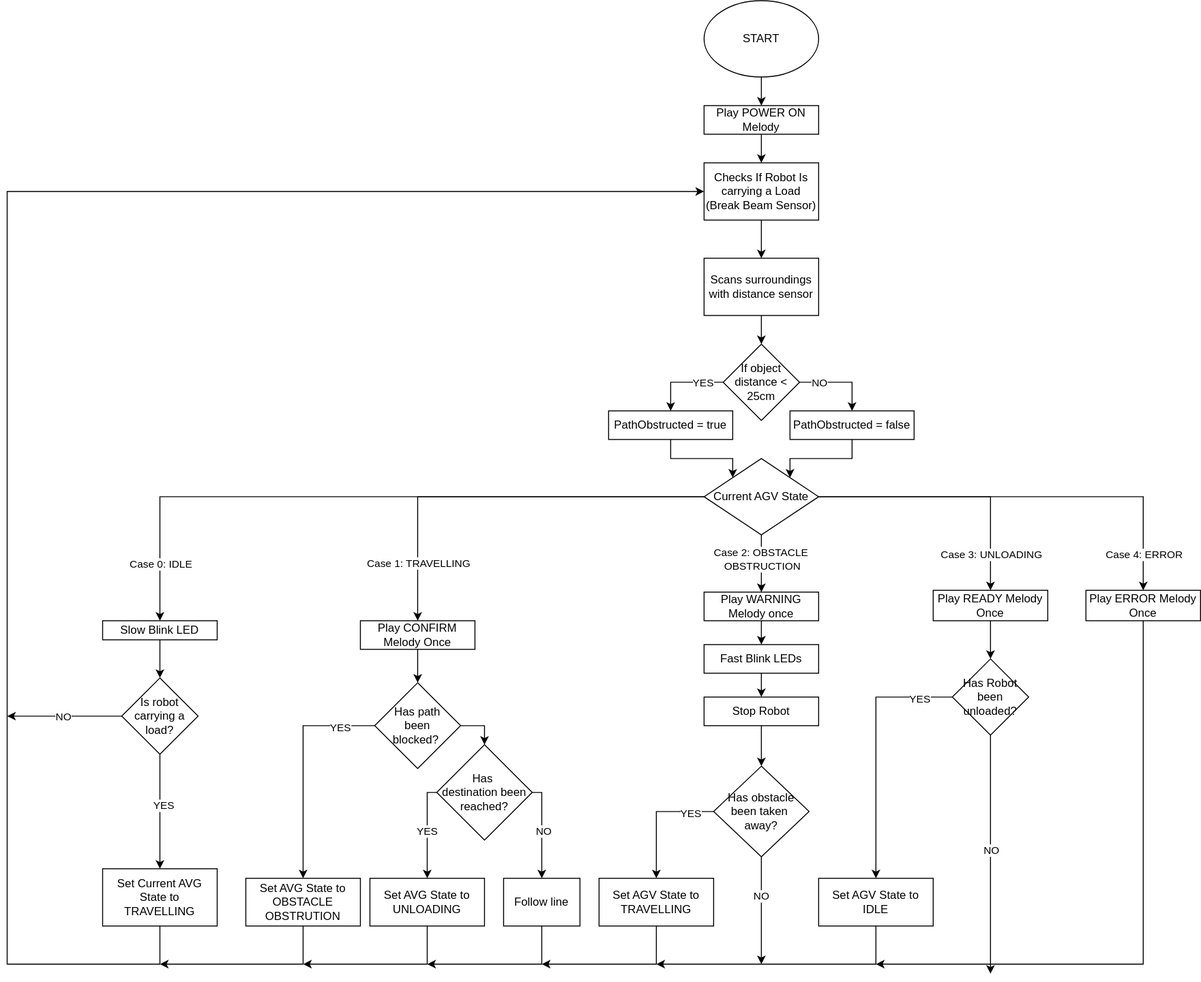
This is docs/AGV_flowchart.drawio.svg from ChidumamAmadi-Obi/Warehouse-AGV, a draw.io export, as it was before one commit. Source tidied: cells renumbered, new cells last; positions are measured from the earlier drawing's top-left corner, leaving out a move shared by most shapes.
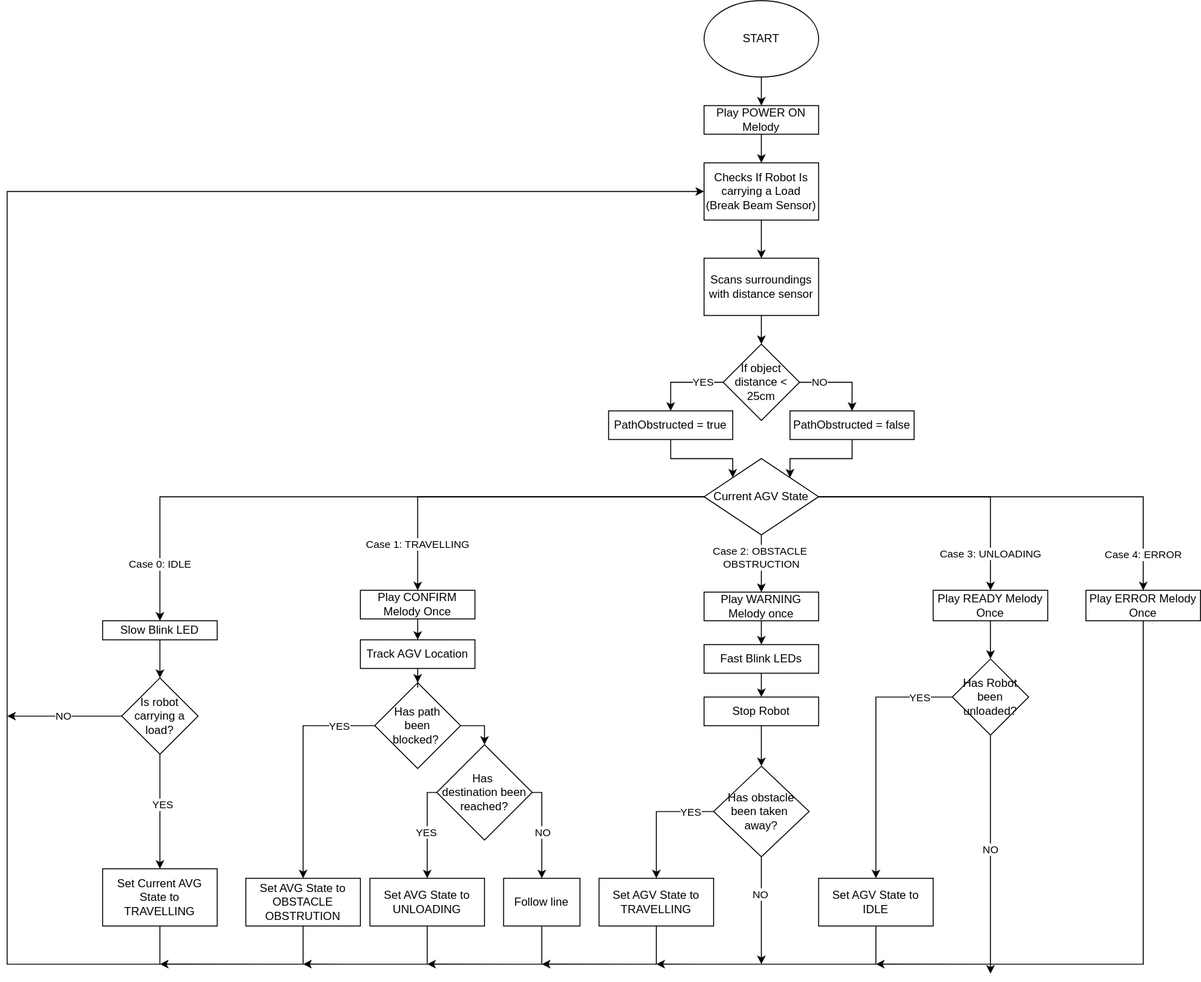
Above is the later version.

The edit, as a diff of the source:
```diff
@@ -80,7 +80,7 @@
     </mxCell>
     <mxCell id="22" value="Case 1: TRAVELLING" style="edgeLabel;html=1;align=center;verticalAlign=middle;" parent="21" vertex="1">
       <mxGeometry x="0.43" relative="1" as="geometry">
-        <mxPoint y="61" as="offset" />
+        <mxPoint x="-16" y="50" as="offset" />
       </mxGeometry>
     </mxCell>
     <mxCell id="23" style="edgeStyle=orthogonalEdgeStyle;rounded=0;jettySize=auto;html=1;entryX=0.5;entryY=0;entryDx=0;entryDy=0;" parent="1" edge="1" source="27" target="29">
@@ -137,11 +137,11 @@
     <mxCell id="36" value="Set Current AVG State to TRAVELLING" style="rounded=0;whiteSpace=wrap;html=1;" parent="1" vertex="1">
       <mxGeometry x="100" y="910" width="120" height="60" as="geometry" />
     </mxCell>
-    <mxCell id="37" style="edgeStyle=orthogonalEdgeStyle;rounded=0;jettySize=auto;html=1;entryX=0.5;entryY=0;entryDx=0;entryDy=0;" parent="1" edge="1" source="38" target="42">
-      <mxGeometry relative="1" as="geometry" />
-    </mxCell>
+    <mxCell id="80" style="edgeStyle=orthogonalEdgeStyle;rounded=0;jettySize=auto;html=1;entryX=0.5;entryY=0;entryDx=0;entryDy=0;" parent="1" edge="1" source="38" target="82">
+      <mxGeometry relative="1" as="geometry" />
+    </mxCell>
     <mxCell id="38" value="&lt;div&gt;Play CONFIRM&lt;/div&gt;&lt;div&gt;Melody Once&lt;/div&gt;" style="rounded=0;whiteSpace=wrap;html=1;" parent="1" vertex="1">
-      <mxGeometry x="370" y="650" width="120" height="30" as="geometry" />
+      <mxGeometry x="370" y="618.1" width="120" height="30" as="geometry" />
     </mxCell>
     <mxCell id="39" style="edgeStyle=orthogonalEdgeStyle;rounded=0;jettySize=auto;html=1;entryX=0.5;entryY=0;entryDx=0;entryDy=0;" parent="1" edge="1" source="42" target="47">
       <mxGeometry relative="1" as="geometry">
@@ -320,5 +320,11 @@
     <mxCell id="79" value="Play POWER ON Melody" style="rounded=0;whiteSpace=wrap;html=1;" parent="1" vertex="1">
       <mxGeometry x="730" y="110" width="120" height="30" as="geometry" />
     </mxCell>
+    <mxCell id="81" style="edgeStyle=orthogonalEdgeStyle;rounded=0;jettySize=auto;html=1;entryX=0.5;entryY=0;entryDx=0;entryDy=0;" parent="1" edge="1" source="82" target="42">
+      <mxGeometry relative="1" as="geometry" />
+    </mxCell>
+    <mxCell id="82" value="Track AGV Location" style="rounded=0;whiteSpace=wrap;html=1;" parent="1" vertex="1">
+      <mxGeometry x="370" y="670" width="120" height="30" as="geometry" />
+    </mxCell>
   </root>
 </mxGraphModel>
```
